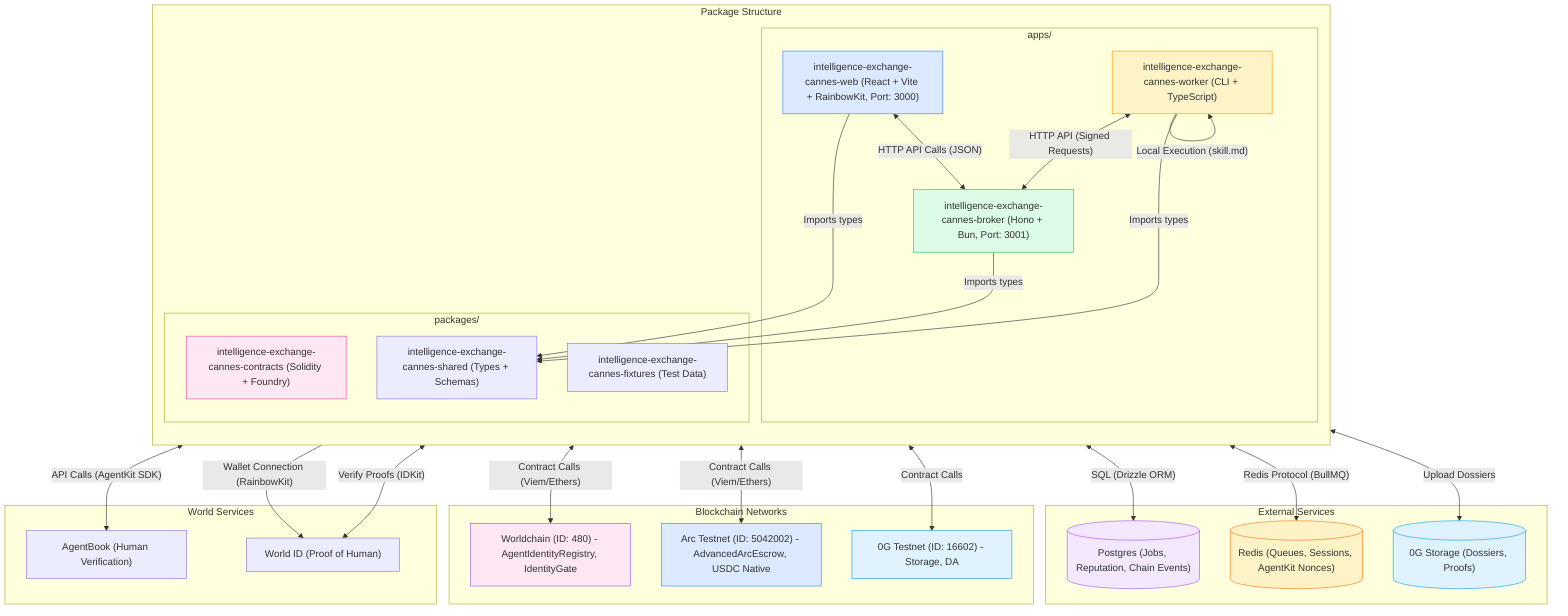
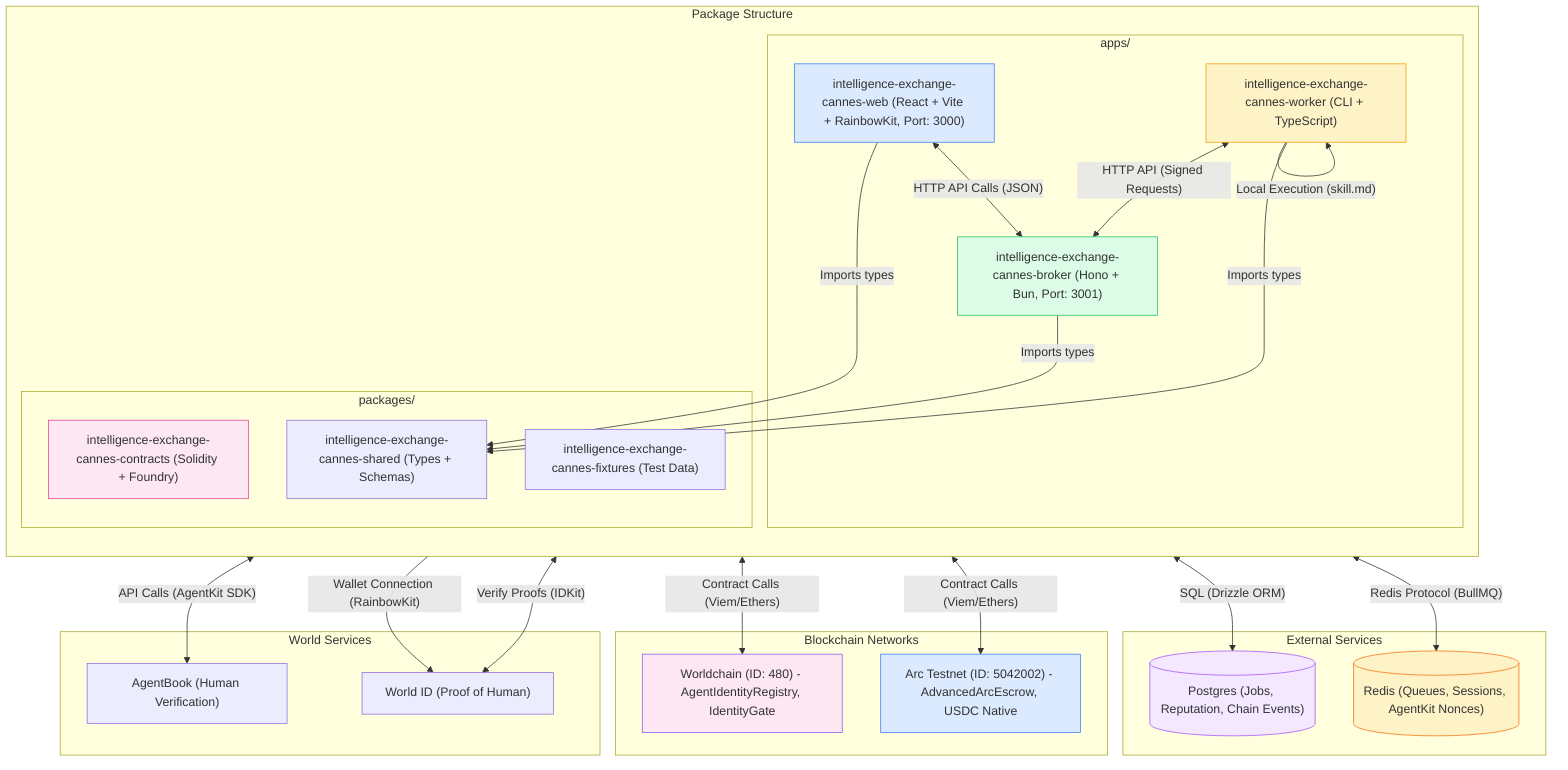
flowchart TB
    subgraph Packages["Package Structure"]
        direction TB

        subgraph Apps["apps/"]
            Web["intelligence-exchange-cannes-web (React + Vite + RainbowKit, Port: 3000)"]
            Broker["intelligence-exchange-cannes-broker (Hono + Bun, Port: 3001)"]
            Worker["intelligence-exchange-cannes-worker (CLI + TypeScript)"]
        end

        subgraph PackagesLib["packages/"]
            Contracts["intelligence-exchange-cannes-contracts (Solidity + Foundry)"]
            Shared["intelligence-exchange-cannes-shared (Types + Schemas)"]
            Fixtures["intelligence-exchange-cannes-fixtures (Test Data)"]
        end
    end

    subgraph External["External Services"]
        Postgres[("Postgres (Jobs, Reputation, Chain Events)")]
        Redis[("Redis (Queues, Sessions, AgentKit Nonces)")]
-         ZeroGStorage[("0G Storage (Dossiers, Proofs)")]
    end

    subgraph Blockchain["Blockchain Networks"]
        Worldchain["Worldchain (ID: 480) - AgentIdentityRegistry, IdentityGate"]
        Arc["Arc Testnet (ID: 5042002) - AdvancedArcEscrow, USDC Native"]
-         ZeroG["0G Testnet (ID: 16602) - Storage, DA"]
    end

    subgraph WorldServices["World Services"]
        AgentBook["AgentBook (Human Verification)"]
        WorldID["World ID (Proof of Human)"]
    end

    Web <-->|"HTTP API Calls (JSON)"| Broker
    Web -->|"Wallet Connection (RainbowKit)"| WorldID

    Worker <-->|"HTTP API (Signed Requests)"| Broker
    Worker -->|"Local Execution (skill.md)"| Worker

    Broker <-->|"SQL (Drizzle ORM)"| Postgres
    Broker <-->|"Redis Protocol (BullMQ)"| Redis
    Broker <-->|"Contract Calls (Viem/Ethers)"| Worldchain
    Broker <-->|"Contract Calls (Viem/Ethers)"| Arc
-     Broker <-->|"Upload Dossiers"| ZeroGStorage
-     Broker <-->|"Contract Calls"| ZeroG
    Broker <-->|"API Calls (AgentKit SDK)"| AgentBook
    Broker <-->|"Verify Proofs (IDKit)"| WorldID

    Web -->|"Imports types"| Shared
    Broker -->|"Imports types"| Shared
    Worker -->|"Imports types"| Shared

    style Web fill:#dbeafe,stroke:#3b82f6
    style Broker fill:#dcfce7,stroke:#22c55e
    style Worker fill:#fef3c7,stroke:#f59e0b
    style Contracts fill:#fce7f3,stroke:#ec4899
    style Postgres fill:#f3e8ff,stroke:#a855f7
    style Redis fill:#fef3c7,stroke:#f97316
-     style ZeroGStorage fill:#e0f2fe,stroke:#0ea5e9
    style Worldchain fill:#fce7f3,stroke:#8b5cf6
    style Arc fill:#dbeafe,stroke:#3b82f6
-     style ZeroG fill:#e0f2fe,stroke:#0ea5e9
